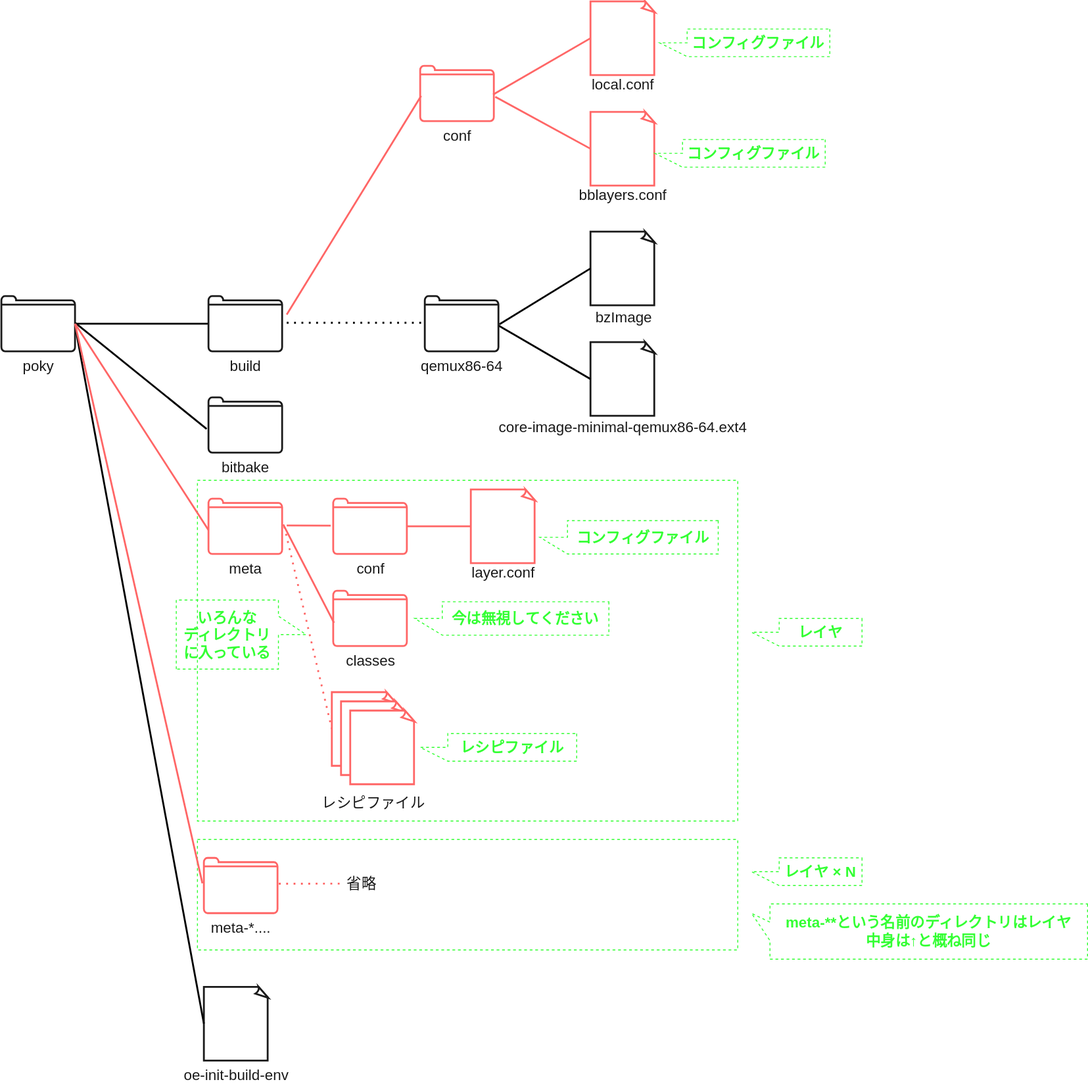
AngryMane/yocto-learning keeps this draw.io diagram as manual/docs/level-2/images/poky_directory.drawio.svg. Above is the earlier version. Source tidied: cells renumbered, new cells last; positions are measured from the earlier drawing's top-left corner, leaving out a move shared by most shapes. Its diagram source:
```xml
<mxGraphModel>
  <root>
    <mxCell id="0" />
    <mxCell id="1" parent="0" />
    <mxCell id="2" style="rounded=0;whiteSpace=wrap;html=1;fillColor=none;strokeColor=#33FF33;dashed=1;" parent="1" vertex="1">
      <mxGeometry x="213" y="910" width="587" height="120" as="geometry" />
    </mxCell>
    <mxCell id="3" style="rounded=0;whiteSpace=wrap;html=1;fillColor=none;strokeColor=#33FF33;dashed=1;" parent="1" vertex="1">
      <mxGeometry x="213" y="520" width="587" height="370" as="geometry" />
    </mxCell>
    <mxCell id="4" style="whiteSpace=wrap;html=1;shape=mxgraph.basic.document;strokeColor=#1A1A1A;strokeWidth=2;fontColor=#1A1A1A;" parent="1" vertex="1">
      <mxGeometry x="220" y="1070" width="70" height="80" as="geometry" />
    </mxCell>
    <mxCell id="5" style="edgeStyle=none;html=1;fontSize=16;fontColor=#FFFFFF;endArrow=none;endFill=0;strokeWidth=2;" parent="1" edge="1" source="9" target="10">
      <mxGeometry relative="1" as="geometry" />
    </mxCell>
    <mxCell id="6" style="edgeStyle=none;html=1;entryX=-0.025;entryY=0.57;entryDx=0;entryDy=0;entryPerimeter=0;fontSize=16;fontColor=#FFFFFF;endArrow=none;endFill=0;strokeWidth=2;exitX=1.003;exitY=0.484;exitDx=0;exitDy=0;exitPerimeter=0;" parent="1" edge="1" source="9" target="11">
      <mxGeometry relative="1" as="geometry" />
    </mxCell>
    <mxCell id="7" style="edgeStyle=none;html=1;entryX=0;entryY=0.5;entryDx=0;entryDy=0;entryPerimeter=0;fontSize=16;fontColor=#FFFFFF;endArrow=none;endFill=0;strokeWidth=2;exitX=0.988;exitY=0.444;exitDx=0;exitDy=0;exitPerimeter=0;" parent="1" edge="1" source="9" target="4">
      <mxGeometry relative="1" as="geometry" />
    </mxCell>
    <mxCell id="8" style="edgeStyle=none;html=1;entryX=0.005;entryY=0.577;entryDx=0;entryDy=0;entryPerimeter=0;fontSize=16;fontColor=#FFFFFF;endArrow=none;endFill=0;strokeWidth=2;exitX=1.003;exitY=0.504;exitDx=0;exitDy=0;exitPerimeter=0;strokeColor=#FF6666;" parent="1" edge="1" source="9" target="13">
      <mxGeometry relative="1" as="geometry" />
    </mxCell>
    <mxCell id="9" value="poky" style="html=1;verticalLabelPosition=bottom;align=center;labelBackgroundColor=none;verticalAlign=top;strokeWidth=2;strokeColor=#1A1A1A;shadow=0;dashed=0;shape=mxgraph.ios7.icons.folder;fontColor=#1A1A1A;fontSize=16;" parent="1" vertex="1">
      <mxGeometry y="320" width="80" height="60" as="geometry" />
    </mxCell>
    <mxCell id="10" value="build" style="html=1;verticalLabelPosition=bottom;align=center;labelBackgroundColor=none;verticalAlign=top;strokeWidth=2;strokeColor=#1A1A1A;shadow=0;dashed=0;shape=mxgraph.ios7.icons.folder;fontColor=#1A1A1A;fontSize=16;" parent="1" vertex="1">
      <mxGeometry x="225" y="320" width="80" height="60" as="geometry" />
    </mxCell>
    <mxCell id="11" value="bitbake" style="html=1;verticalLabelPosition=bottom;align=center;labelBackgroundColor=none;verticalAlign=top;strokeWidth=2;strokeColor=#1A1A1A;shadow=0;dashed=0;shape=mxgraph.ios7.icons.folder;fontColor=#1A1A1A;fontSize=16;" parent="1" vertex="1">
      <mxGeometry x="225" y="430" width="80" height="60" as="geometry" />
    </mxCell>
    <mxCell id="12" value="oe-init-build-env" style="text;html=1;align=center;verticalAlign=middle;strokeColor=none;fillColor=none;fontSize=16;fontColor=#1A1A1A;" parent="1" vertex="1">
      <mxGeometry x="190" y="1155.5" width="130" height="20" as="geometry" />
    </mxCell>
    <mxCell id="13" value="meta" style="html=1;verticalLabelPosition=bottom;align=center;labelBackgroundColor=none;verticalAlign=top;strokeWidth=2;strokeColor=#FF6666;shadow=0;dashed=0;shape=mxgraph.ios7.icons.folder;fontColor=#1A1A1A;fontSize=16;" parent="1" vertex="1">
      <mxGeometry x="225" y="540" width="80" height="60" as="geometry" />
    </mxCell>
    <mxCell id="14" style="whiteSpace=wrap;html=1;shape=mxgraph.basic.document;strokeColor=#1A1A1A;strokeWidth=2;fontColor=#1A1A1A;" parent="1" vertex="1">
      <mxGeometry x="640" y="250" width="70" height="80" as="geometry" />
    </mxCell>
    <mxCell id="15" style="whiteSpace=wrap;html=1;shape=mxgraph.basic.document;strokeColor=#1A1A1A;strokeWidth=2;fontColor=#1A1A1A;" parent="1" vertex="1">
      <mxGeometry x="640" y="370" width="70" height="80" as="geometry" />
    </mxCell>
    <mxCell id="16" style="endArrow=none;dashed=1;html=1;dashPattern=1 3;strokeWidth=2;fontSize=16;fontColor=#FFFFFF;entryX=0;entryY=0.483;entryDx=0;entryDy=0;entryPerimeter=0;" parent="1" edge="1" target="19">
      <mxGeometry relative="1" as="geometry">
        <mxPoint x="310" y="349" as="sourcePoint" />
      </mxGeometry>
    </mxCell>
    <mxCell id="17" style="edgeStyle=none;html=1;entryX=0;entryY=0.5;entryDx=0;entryDy=0;entryPerimeter=0;fontSize=16;fontColor=#FFFFFF;endArrow=none;endFill=0;strokeWidth=2;exitX=1.013;exitY=0.51;exitDx=0;exitDy=0;exitPerimeter=0;" parent="1" edge="1" source="19" target="14">
      <mxGeometry relative="1" as="geometry" />
    </mxCell>
    <mxCell id="18" style="edgeStyle=none;html=1;entryX=0;entryY=0.5;entryDx=0;entryDy=0;entryPerimeter=0;fontSize=16;fontColor=#FFFFFF;endArrow=none;endFill=0;strokeWidth=2;exitX=0.998;exitY=0.53;exitDx=0;exitDy=0;exitPerimeter=0;" parent="1" edge="1" source="19" target="15">
      <mxGeometry relative="1" as="geometry" />
    </mxCell>
    <mxCell id="19" value="qemux86-64" style="html=1;verticalLabelPosition=bottom;align=center;labelBackgroundColor=none;verticalAlign=top;strokeWidth=2;strokeColor=#1A1A1A;shadow=0;dashed=0;shape=mxgraph.ios7.icons.folder;fontColor=#1A1A1A;fontSize=16;" parent="1" vertex="1">
      <mxGeometry x="460" y="320" width="80" height="60" as="geometry" />
    </mxCell>
    <mxCell id="20" value="bzImage" style="text;html=1;align=center;verticalAlign=middle;strokeColor=none;fillColor=none;fontSize=16;fontColor=#1A1A1A;" parent="1" vertex="1">
      <mxGeometry x="636" y="333" width="80" height="20" as="geometry" />
    </mxCell>
    <mxCell id="21" value="core-image-minimal-qemux86-64.ext4" style="text;html=1;align=center;verticalAlign=middle;strokeColor=none;fillColor=none;fontSize=16;fontColor=#1A1A1A;" parent="1" vertex="1">
      <mxGeometry x="535" y="452" width="280" height="20" as="geometry" />
    </mxCell>
    <mxCell id="22" value="conf" style="html=1;verticalLabelPosition=bottom;align=center;labelBackgroundColor=none;verticalAlign=top;strokeWidth=2;strokeColor=#FF6666;shadow=0;dashed=0;shape=mxgraph.ios7.icons.folder;fontColor=#1A1A1A;fontSize=16;" parent="1" vertex="1">
      <mxGeometry x="455" y="70" width="80" height="60" as="geometry" />
    </mxCell>
    <mxCell id="23" style="edgeStyle=none;html=1;fontSize=16;fontColor=#FFFFFF;endArrow=none;endFill=0;strokeWidth=2;entryX=0.013;entryY=0.544;entryDx=0;entryDy=0;entryPerimeter=0;strokeColor=#FF6666;" parent="1" edge="1" target="22">
      <mxGeometry relative="1" as="geometry">
        <mxPoint x="310" y="340" as="sourcePoint" />
      </mxGeometry>
    </mxCell>
    <mxCell id="24" style="whiteSpace=wrap;html=1;shape=mxgraph.basic.document;strokeColor=#FF6666;strokeWidth=2;fontColor=#1A1A1A;" parent="1" vertex="1">
      <mxGeometry x="640" width="70" height="80" as="geometry" />
    </mxCell>
    <mxCell id="25" style="whiteSpace=wrap;html=1;shape=mxgraph.basic.document;strokeColor=#FF6666;strokeWidth=2;fontColor=#1A1A1A;" parent="1" vertex="1">
      <mxGeometry x="640" y="120" width="70" height="80" as="geometry" />
    </mxCell>
    <mxCell id="26" value="local.conf" style="text;html=1;align=center;verticalAlign=middle;strokeColor=none;fillColor=none;fontSize=16;fontColor=#1A1A1A;" parent="1" vertex="1">
      <mxGeometry x="635" y="80" width="80" height="20" as="geometry" />
    </mxCell>
    <mxCell id="27" value="bblayers.conf" style="text;html=1;align=center;verticalAlign=middle;strokeColor=none;fillColor=none;fontSize=16;fontColor=#1A1A1A;" parent="1" vertex="1">
      <mxGeometry x="620" y="200" width="110" height="20" as="geometry" />
    </mxCell>
    <mxCell id="28" style="edgeStyle=none;html=1;fontSize=16;fontColor=#FFFFFF;endArrow=none;endFill=0;strokeWidth=2;entryX=0;entryY=0.5;entryDx=0;entryDy=0;entryPerimeter=0;exitX=0.99;exitY=0.52;exitDx=0;exitDy=0;exitPerimeter=0;strokeColor=#FF6666;" parent="1" edge="1" source="22" target="24">
      <mxGeometry relative="1" as="geometry" />
    </mxCell>
    <mxCell id="29" style="edgeStyle=none;html=1;fontSize=16;fontColor=#FFFFFF;endArrow=none;endFill=0;strokeWidth=2;entryX=0;entryY=0.5;entryDx=0;entryDy=0;entryPerimeter=0;exitX=1.02;exitY=0.56;exitDx=0;exitDy=0;exitPerimeter=0;strokeColor=#FF6666;" parent="1" edge="1" source="22" target="25">
      <mxGeometry relative="1" as="geometry" />
    </mxCell>
    <mxCell id="30" value="meta-*...." style="html=1;verticalLabelPosition=bottom;align=center;labelBackgroundColor=none;verticalAlign=top;strokeWidth=2;strokeColor=#FF6666;shadow=0;dashed=0;shape=mxgraph.ios7.icons.folder;fontColor=#1A1A1A;fontSize=16;" parent="1" vertex="1">
      <mxGeometry x="220" y="930" width="80" height="60" as="geometry" />
    </mxCell>
    <mxCell id="31" style="edgeStyle=none;html=1;entryX=-0.02;entryY=0.46;entryDx=0;entryDy=0;entryPerimeter=0;fontSize=16;fontColor=#FFFFFF;endArrow=none;endFill=0;strokeWidth=2;exitX=1;exitY=0.5;exitDx=0;exitDy=0;exitPerimeter=0;strokeColor=#FF6666;" parent="1" edge="1" source="9" target="30">
      <mxGeometry relative="1" as="geometry" />
    </mxCell>
    <mxCell id="32" value="conf" style="html=1;verticalLabelPosition=bottom;align=center;labelBackgroundColor=none;verticalAlign=top;strokeWidth=2;strokeColor=#FF6666;shadow=0;dashed=0;shape=mxgraph.ios7.icons.folder;fontColor=#1A1A1A;fontSize=16;" parent="1" vertex="1">
      <mxGeometry x="360.5" y="540" width="80" height="60" as="geometry" />
    </mxCell>
    <mxCell id="33" style="whiteSpace=wrap;html=1;shape=mxgraph.basic.document;strokeColor=#FF6666;strokeWidth=2;fontColor=#1A1A1A;" parent="1" vertex="1">
      <mxGeometry x="510" y="530" width="70" height="80" as="geometry" />
    </mxCell>
    <mxCell id="34" value="layer.conf" style="text;html=1;align=center;verticalAlign=middle;strokeColor=none;fillColor=none;fontSize=16;fontColor=#1A1A1A;" parent="1" vertex="1">
      <mxGeometry x="505" y="610" width="80" height="20" as="geometry" />
    </mxCell>
    <mxCell id="35" value="classes" style="html=1;verticalLabelPosition=bottom;align=center;labelBackgroundColor=none;verticalAlign=top;strokeWidth=2;strokeColor=#FF6666;shadow=0;dashed=0;shape=mxgraph.ios7.icons.folder;fontColor=#1A1A1A;fontSize=16;" parent="1" vertex="1">
      <mxGeometry x="360.5" y="640" width="80" height="60" as="geometry" />
    </mxCell>
    <mxCell id="36" style="whiteSpace=wrap;html=1;shape=mxgraph.basic.document;strokeColor=#FF6666;strokeWidth=2;fontColor=#1A1A1A;" parent="1" vertex="1">
      <mxGeometry x="359" y="750" width="70" height="80" as="geometry" />
    </mxCell>
    <mxCell id="37" value="レシピファイル" style="text;html=1;align=center;verticalAlign=middle;strokeColor=none;fillColor=none;fontSize=16;fontColor=#1A1A1A;" parent="1" vertex="1">
      <mxGeometry x="339" y="860" width="130" height="20" as="geometry" />
    </mxCell>
    <mxCell id="38" style="whiteSpace=wrap;html=1;shape=mxgraph.basic.document;strokeColor=#FF6666;strokeWidth=2;fontColor=#1A1A1A;" parent="1" vertex="1">
      <mxGeometry x="369" y="760" width="70" height="80" as="geometry" />
    </mxCell>
    <mxCell id="39" style="whiteSpace=wrap;html=1;shape=mxgraph.basic.document;strokeColor=#FF6666;strokeWidth=2;fontColor=#1A1A1A;" parent="1" vertex="1">
      <mxGeometry x="379" y="770" width="70" height="80" as="geometry" />
    </mxCell>
    <mxCell id="40" style="edgeStyle=none;html=1;fontSize=16;fontColor=#FFFFFF;endArrow=none;endFill=0;strokeWidth=2;strokeColor=#FF6666;" parent="1" edge="1" target="33">
      <mxGeometry relative="1" as="geometry">
        <mxPoint x="440" y="570" as="sourcePoint" />
      </mxGeometry>
    </mxCell>
    <mxCell id="41" style="edgeStyle=none;html=1;entryX=0.011;entryY=0.58;entryDx=0;entryDy=0;entryPerimeter=0;fontSize=16;fontColor=#FFFFFF;endArrow=none;endFill=0;strokeWidth=2;strokeColor=#FF6666;exitX=1.015;exitY=0.467;exitDx=0;exitDy=0;exitPerimeter=0;" parent="1" edge="1" source="13" target="35">
      <mxGeometry relative="1" as="geometry" />
    </mxCell>
    <mxCell id="42" style="endArrow=none;dashed=1;html=1;dashPattern=1 3;strokeWidth=2;fontSize=16;fontColor=#FFFFFF;entryX=0;entryY=0.5;entryDx=0;entryDy=0;entryPerimeter=0;exitX=1.03;exitY=0.507;exitDx=0;exitDy=0;exitPerimeter=0;strokeColor=#FF6666;" parent="1" edge="1" source="13" target="36">
      <mxGeometry relative="1" as="geometry" />
    </mxCell>
    <mxCell id="43" value="いろんな&lt;br&gt;ディレクトリ&lt;br&gt;に入っている" style="shape=callout;whiteSpace=wrap;html=1;perimeter=calloutPerimeter;dashed=1;strokeWidth=1;fillColor=none;direction=north;strokeColor=#33FF33;fontColor=#33FF33;fontStyle=1;fontSize=16;" parent="1" vertex="1">
      <mxGeometry x="190" y="650" width="141" height="75" as="geometry" />
    </mxCell>
    <mxCell id="44" value="レイヤ" style="shape=callout;whiteSpace=wrap;html=1;perimeter=calloutPerimeter;dashed=1;strokeWidth=1;fillColor=none;direction=south;strokeColor=#33FF33;fontColor=#33FF33;fontStyle=1;fontSize=16;" parent="1" vertex="1">
      <mxGeometry x="815" y="670" width="120" height="30" as="geometry" />
    </mxCell>
    <mxCell id="45" value="meta-**という名前のディレクトリはレイヤ&lt;br&gt;中身は↑と概ね同じ" style="shape=callout;whiteSpace=wrap;html=1;perimeter=calloutPerimeter;dashed=1;strokeWidth=1;fillColor=none;direction=south;strokeColor=#33FF33;fontColor=#33FF33;fontStyle=1;fontSize=16;size=20;position=0.33;position2=0.17;" parent="1" vertex="1">
      <mxGeometry x="815" y="980" width="365" height="60" as="geometry" />
    </mxCell>
    <mxCell id="46" style="edgeStyle=none;html=1;fontSize=16;fontColor=#FFFFFF;endArrow=none;endFill=0;strokeWidth=2;strokeColor=#FF6666;entryX=-0.034;entryY=0.487;entryDx=0;entryDy=0;entryPerimeter=0;" parent="1" edge="1" target="32">
      <mxGeometry relative="1" as="geometry">
        <mxPoint x="310" y="569" as="sourcePoint" />
      </mxGeometry>
    </mxCell>
    <mxCell id="47" value="レシピファイル" style="shape=callout;whiteSpace=wrap;html=1;perimeter=calloutPerimeter;dashed=1;strokeWidth=1;fillColor=none;direction=south;strokeColor=#33FF33;fontColor=#33FF33;fontStyle=1;fontSize=16;" parent="1" vertex="1">
      <mxGeometry x="455" y="795" width="170" height="30" as="geometry" />
    </mxCell>
    <mxCell id="48" value="コンフィグファイル" style="shape=callout;whiteSpace=wrap;html=1;perimeter=calloutPerimeter;dashed=1;strokeWidth=1;fillColor=none;direction=south;strokeColor=#33FF33;fontColor=#33FF33;fontStyle=1;fontSize=16;" parent="1" vertex="1">
      <mxGeometry x="715" y="30" width="185" height="30" as="geometry" />
    </mxCell>
    <mxCell id="49" value="コンフィグファイル" style="shape=callout;whiteSpace=wrap;html=1;perimeter=calloutPerimeter;dashed=1;strokeWidth=1;fillColor=none;direction=south;strokeColor=#33FF33;fontColor=#33FF33;fontStyle=1;fontSize=16;" parent="1" vertex="1">
      <mxGeometry x="710" y="150" width="185" height="30" as="geometry" />
    </mxCell>
    <mxCell id="50" value="コンフィグファイル" style="shape=callout;whiteSpace=wrap;html=1;perimeter=calloutPerimeter;dashed=1;strokeWidth=1;fillColor=none;direction=south;strokeColor=#33FF33;fontColor=#33FF33;fontStyle=1;fontSize=16;" parent="1" vertex="1">
      <mxGeometry x="585" y="563.8" width="193.8" height="36.2" as="geometry" />
    </mxCell>
    <mxCell id="51" value="今は無視してください" style="shape=callout;whiteSpace=wrap;html=1;perimeter=calloutPerimeter;dashed=1;strokeWidth=1;fillColor=none;direction=south;strokeColor=#33FF33;fontColor=#33FF33;fontStyle=1;fontSize=16;" parent="1" vertex="1">
      <mxGeometry x="449" y="651.9" width="211" height="36.2" as="geometry" />
    </mxCell>
    <mxCell id="52" value="レイヤ × N" style="shape=callout;whiteSpace=wrap;html=1;perimeter=calloutPerimeter;dashed=1;strokeWidth=1;fillColor=none;direction=south;strokeColor=#33FF33;fontColor=#33FF33;fontStyle=1;fontSize=16;" parent="1" vertex="1">
      <mxGeometry x="815" y="930" width="120" height="30" as="geometry" />
    </mxCell>
    <mxCell id="53" style="endArrow=none;dashed=1;html=1;dashPattern=1 3;strokeWidth=2;fontSize=16;fontColor=#FFFFFF;entryX=0.266;entryY=0.4;entryDx=0;entryDy=0;entryPerimeter=0;exitX=1.018;exitY=0.467;exitDx=0;exitDy=0;exitPerimeter=0;strokeColor=#FF6666;" parent="1" edge="1" source="30" target="2">
      <mxGeometry relative="1" as="geometry" />
    </mxCell>
    <mxCell id="54" value="省略" style="text;html=1;align=center;verticalAlign=middle;strokeColor=none;fillColor=none;fontSize=16;fontColor=#1A1A1A;" parent="1" vertex="1">
      <mxGeometry x="366" y="948" width="50" height="20" as="geometry" />
    </mxCell>
  </root>
</mxGraphModel>
```
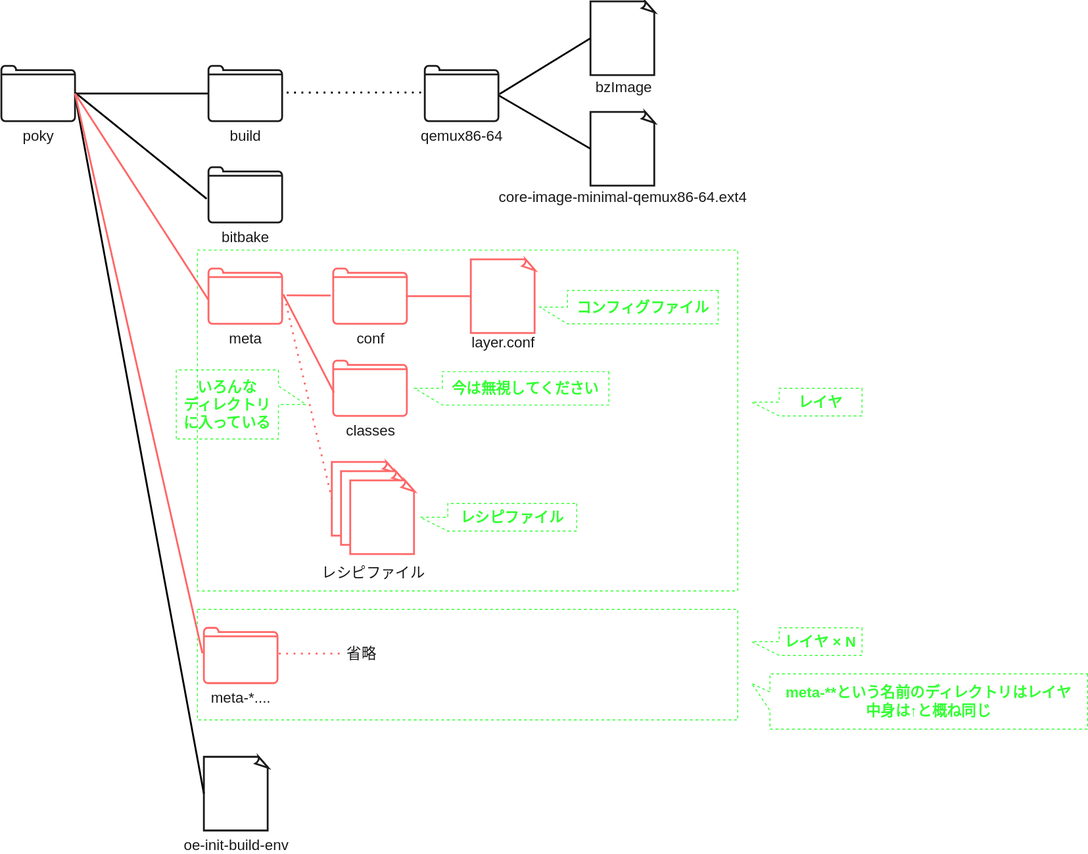
The same diagram one commit later.

What changed in the source:
```diff
@@ -64,32 +64,6 @@
     <mxCell id="21" value="core-image-minimal-qemux86-64.ext4" style="text;html=1;align=center;verticalAlign=middle;strokeColor=none;fillColor=none;fontSize=16;fontColor=#1A1A1A;" parent="1" vertex="1">
       <mxGeometry x="535" y="452" width="280" height="20" as="geometry" />
     </mxCell>
-    <mxCell id="22" value="conf" style="html=1;verticalLabelPosition=bottom;align=center;labelBackgroundColor=none;verticalAlign=top;strokeWidth=2;strokeColor=#FF6666;shadow=0;dashed=0;shape=mxgraph.ios7.icons.folder;fontColor=#1A1A1A;fontSize=16;" parent="1" vertex="1">
-      <mxGeometry x="455" y="70" width="80" height="60" as="geometry" />
-    </mxCell>
-    <mxCell id="23" style="edgeStyle=none;html=1;fontSize=16;fontColor=#FFFFFF;endArrow=none;endFill=0;strokeWidth=2;entryX=0.013;entryY=0.544;entryDx=0;entryDy=0;entryPerimeter=0;strokeColor=#FF6666;" parent="1" edge="1" target="22">
-      <mxGeometry relative="1" as="geometry">
-        <mxPoint x="310" y="340" as="sourcePoint" />
-      </mxGeometry>
-    </mxCell>
-    <mxCell id="24" style="whiteSpace=wrap;html=1;shape=mxgraph.basic.document;strokeColor=#FF6666;strokeWidth=2;fontColor=#1A1A1A;" parent="1" vertex="1">
-      <mxGeometry x="640" width="70" height="80" as="geometry" />
-    </mxCell>
-    <mxCell id="25" style="whiteSpace=wrap;html=1;shape=mxgraph.basic.document;strokeColor=#FF6666;strokeWidth=2;fontColor=#1A1A1A;" parent="1" vertex="1">
-      <mxGeometry x="640" y="120" width="70" height="80" as="geometry" />
-    </mxCell>
-    <mxCell id="26" value="local.conf" style="text;html=1;align=center;verticalAlign=middle;strokeColor=none;fillColor=none;fontSize=16;fontColor=#1A1A1A;" parent="1" vertex="1">
-      <mxGeometry x="635" y="80" width="80" height="20" as="geometry" />
-    </mxCell>
-    <mxCell id="27" value="bblayers.conf" style="text;html=1;align=center;verticalAlign=middle;strokeColor=none;fillColor=none;fontSize=16;fontColor=#1A1A1A;" parent="1" vertex="1">
-      <mxGeometry x="620" y="200" width="110" height="20" as="geometry" />
-    </mxCell>
-    <mxCell id="28" style="edgeStyle=none;html=1;fontSize=16;fontColor=#FFFFFF;endArrow=none;endFill=0;strokeWidth=2;entryX=0;entryY=0.5;entryDx=0;entryDy=0;entryPerimeter=0;exitX=0.99;exitY=0.52;exitDx=0;exitDy=0;exitPerimeter=0;strokeColor=#FF6666;" parent="1" edge="1" source="22" target="24">
-      <mxGeometry relative="1" as="geometry" />
-    </mxCell>
-    <mxCell id="29" style="edgeStyle=none;html=1;fontSize=16;fontColor=#FFFFFF;endArrow=none;endFill=0;strokeWidth=2;entryX=0;entryY=0.5;entryDx=0;entryDy=0;entryPerimeter=0;exitX=1.02;exitY=0.56;exitDx=0;exitDy=0;exitPerimeter=0;strokeColor=#FF6666;" parent="1" edge="1" source="22" target="25">
-      <mxGeometry relative="1" as="geometry" />
-    </mxCell>
     <mxCell id="30" value="meta-*...." style="html=1;verticalLabelPosition=bottom;align=center;labelBackgroundColor=none;verticalAlign=top;strokeWidth=2;strokeColor=#FF6666;shadow=0;dashed=0;shape=mxgraph.ios7.icons.folder;fontColor=#1A1A1A;fontSize=16;" parent="1" vertex="1">
       <mxGeometry x="220" y="930" width="80" height="60" as="geometry" />
     </mxCell>
@@ -148,12 +122,6 @@
     <mxCell id="47" value="レシピファイル" style="shape=callout;whiteSpace=wrap;html=1;perimeter=calloutPerimeter;dashed=1;strokeWidth=1;fillColor=none;direction=south;strokeColor=#33FF33;fontColor=#33FF33;fontStyle=1;fontSize=16;" parent="1" vertex="1">
       <mxGeometry x="455" y="795" width="170" height="30" as="geometry" />
     </mxCell>
-    <mxCell id="48" value="コンフィグファイル" style="shape=callout;whiteSpace=wrap;html=1;perimeter=calloutPerimeter;dashed=1;strokeWidth=1;fillColor=none;direction=south;strokeColor=#33FF33;fontColor=#33FF33;fontStyle=1;fontSize=16;" parent="1" vertex="1">
-      <mxGeometry x="715" y="30" width="185" height="30" as="geometry" />
-    </mxCell>
-    <mxCell id="49" value="コンフィグファイル" style="shape=callout;whiteSpace=wrap;html=1;perimeter=calloutPerimeter;dashed=1;strokeWidth=1;fillColor=none;direction=south;strokeColor=#33FF33;fontColor=#33FF33;fontStyle=1;fontSize=16;" parent="1" vertex="1">
-      <mxGeometry x="710" y="150" width="185" height="30" as="geometry" />
-    </mxCell>
     <mxCell id="50" value="コンフィグファイル" style="shape=callout;whiteSpace=wrap;html=1;perimeter=calloutPerimeter;dashed=1;strokeWidth=1;fillColor=none;direction=south;strokeColor=#33FF33;fontColor=#33FF33;fontStyle=1;fontSize=16;" parent="1" vertex="1">
       <mxGeometry x="585" y="563.8" width="193.8" height="36.2" as="geometry" />
     </mxCell>
```
